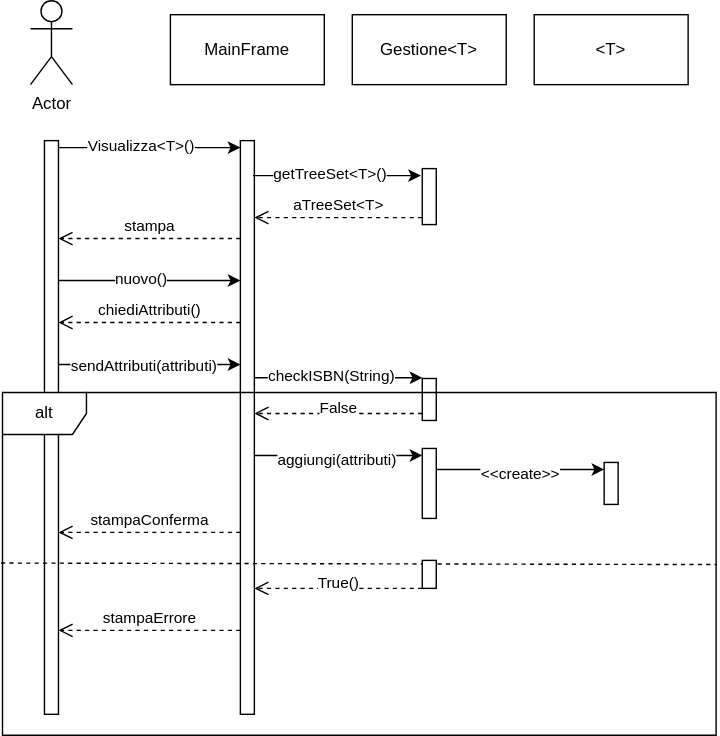
The draw.io diagram Design/SequenceDiagramAggiungiT.svg in doppiaaa/Progetto-Biblioteca-Ingegneria-del-Software, before a commit. Source tidied: cells renumbered, new cells last; positions are measured from the earlier drawing's top-left corner, leaving out a move shared by most shapes. Source of this version:
```xml
<mxGraphModel>
  <root>
    <mxCell id="0" />
    <mxCell id="1" parent="0" />
    <mxCell id="2" value="Actor" style="shape=umlActor;verticalLabelPosition=bottom;verticalAlign=top;html=1;" parent="1" vertex="1">
      <mxGeometry x="21" width="30" height="60" as="geometry" />
    </mxCell>
    <mxCell id="3" style="html=1;points=[[0,0,0,0,5],[0,1,0,0,-5],[1,0,0,0,5],[1,1,0,0,-5]];perimeter=orthogonalPerimeter;outlineConnect=0;targetShapes=umlLifeline;portConstraint=eastwest;newEdgeStyle={&quot;curved&quot;:0,&quot;rounded&quot;:0};" parent="1" vertex="1">
      <mxGeometry x="31" y="100" width="10" height="410" as="geometry" />
    </mxCell>
    <mxCell id="4" value="MainFrame" style="html=1;whiteSpace=wrap;" parent="1" vertex="1">
      <mxGeometry x="121" y="10" width="110" height="50" as="geometry" />
    </mxCell>
    <mxCell id="5" style="html=1;points=[[0,0,0,0,5],[0,1,0,0,-5],[1,0,0,0,5],[1,1,0,0,-5]];perimeter=orthogonalPerimeter;outlineConnect=0;targetShapes=umlLifeline;portConstraint=eastwest;newEdgeStyle={&quot;curved&quot;:0,&quot;rounded&quot;:0};" parent="1" vertex="1">
      <mxGeometry x="171" y="100" width="10" height="410" as="geometry" />
    </mxCell>
    <mxCell id="6" style="endArrow=classic;html=1;rounded=0;exitX=1;exitY=0;exitDx=0;exitDy=5;exitPerimeter=0;entryX=0;entryY=0;entryDx=0;entryDy=5;entryPerimeter=0;" parent="1" edge="1" source="3" target="5">
      <mxGeometry relative="1" as="geometry" />
    </mxCell>
    <mxCell id="7" value="Visualizza&amp;lt;T&amp;gt;()" style="edgeLabel;html=1;align=center;verticalAlign=middle;" parent="6" vertex="1">
      <mxGeometry x="-0.22" y="2" relative="1" as="geometry">
        <mxPoint x="7" as="offset" />
      </mxGeometry>
    </mxCell>
    <mxCell id="8" value="Gestione&amp;lt;T&amp;gt;" style="html=1;whiteSpace=wrap;" parent="1" vertex="1">
      <mxGeometry x="251" y="10" width="110" height="50" as="geometry" />
    </mxCell>
    <mxCell id="9" style="endArrow=classic;html=1;rounded=0;entryX=0;entryY=0;entryDx=0;entryDy=5;entryPerimeter=0;" parent="1" edge="1">
      <mxGeometry relative="1" as="geometry">
        <mxPoint x="180" y="125" as="sourcePoint" />
        <mxPoint x="300" y="125" as="targetPoint" />
      </mxGeometry>
    </mxCell>
    <mxCell id="10" value="getTreeSet&amp;lt;T&amp;gt;()" style="edgeLabel;html=1;align=center;verticalAlign=middle;" parent="9" vertex="1">
      <mxGeometry x="-0.22" y="2" relative="1" as="geometry">
        <mxPoint x="7" as="offset" />
      </mxGeometry>
    </mxCell>
    <mxCell id="11" style="html=1;points=[[0,0,0,0,5],[0,1,0,0,-5],[1,0,0,0,5],[1,1,0,0,-5]];perimeter=orthogonalPerimeter;outlineConnect=0;targetShapes=umlLifeline;portConstraint=eastwest;newEdgeStyle={&quot;curved&quot;:0,&quot;rounded&quot;:0};" parent="1" vertex="1">
      <mxGeometry x="301" y="120" width="10" height="40" as="geometry" />
    </mxCell>
    <mxCell id="12" value="aTreeSet&amp;lt;T&amp;gt;" style="html=1;verticalAlign=bottom;endArrow=open;dashed=1;endSize=8;curved=0;rounded=0;exitX=0;exitY=1;exitDx=0;exitDy=-5;exitPerimeter=0;" parent="1" edge="1" source="11" target="5">
      <mxGeometry relative="1" as="geometry" />
    </mxCell>
    <mxCell id="13" value="stampa" style="html=1;verticalAlign=bottom;endArrow=open;dashed=1;endSize=8;curved=0;rounded=0;" parent="1" edge="1" target="3">
      <mxGeometry relative="1" as="geometry">
        <mxPoint x="171" y="170" as="sourcePoint" />
      </mxGeometry>
    </mxCell>
    <mxCell id="14" style="endArrow=classic;html=1;rounded=0;entryX=0;entryY=0;entryDx=0;entryDy=5;entryPerimeter=0;" parent="1" edge="1" source="3">
      <mxGeometry relative="1" as="geometry">
        <mxPoint x="171" y="200" as="targetPoint" />
      </mxGeometry>
    </mxCell>
    <mxCell id="15" value="nuovo()" style="edgeLabel;html=1;align=center;verticalAlign=middle;" parent="14" vertex="1">
      <mxGeometry x="-0.22" y="2" relative="1" as="geometry">
        <mxPoint x="7" as="offset" />
      </mxGeometry>
    </mxCell>
    <mxCell id="16" style="html=1;points=[[0,0,0,0,5],[0,1,0,0,-5],[1,0,0,0,5],[1,1,0,0,-5]];perimeter=orthogonalPerimeter;outlineConnect=0;targetShapes=umlLifeline;portConstraint=eastwest;newEdgeStyle={&quot;curved&quot;:0,&quot;rounded&quot;:0};" parent="1" vertex="1">
      <mxGeometry x="301" y="320" width="10" height="50" as="geometry" />
    </mxCell>
    <mxCell id="17" value="&amp;lt;T&amp;gt;" style="html=1;whiteSpace=wrap;" parent="1" vertex="1">
      <mxGeometry x="381" y="10" width="110" height="50" as="geometry" />
    </mxCell>
    <mxCell id="18" value="chiediAttributi()" style="html=1;verticalAlign=bottom;endArrow=open;dashed=1;endSize=8;curved=0;rounded=0;" parent="1" edge="1" target="3">
      <mxGeometry relative="1" as="geometry">
        <mxPoint x="171" y="230" as="sourcePoint" />
      </mxGeometry>
    </mxCell>
    <mxCell id="19" style="endArrow=classic;html=1;rounded=0;entryX=0;entryY=0;entryDx=0;entryDy=5;entryPerimeter=0;" parent="1" edge="1" source="3">
      <mxGeometry relative="1" as="geometry">
        <mxPoint x="171" y="260" as="targetPoint" />
      </mxGeometry>
    </mxCell>
    <mxCell id="20" value="sendAttributi(attributi)" style="edgeLabel;html=1;align=center;verticalAlign=middle;" parent="19" vertex="1">
      <mxGeometry x="-0.22" y="2" relative="1" as="geometry">
        <mxPoint x="9" y="2" as="offset" />
      </mxGeometry>
    </mxCell>
    <mxCell id="21" style="endArrow=classic;html=1;rounded=0;entryX=0;entryY=0;entryDx=0;entryDy=5;entryPerimeter=0;" parent="1" edge="1" source="5" target="16">
      <mxGeometry relative="1" as="geometry" />
    </mxCell>
    <mxCell id="22" value="aggiungi(attributi)" style="edgeLabel;html=1;align=center;verticalAlign=middle;" parent="21" vertex="1">
      <mxGeometry x="-0.03" y="-2" relative="1" as="geometry" />
    </mxCell>
    <mxCell id="23" style="html=1;points=[[0,0,0,0,5],[0,1,0,0,-5],[1,0,0,0,5],[1,1,0,0,-5]];perimeter=orthogonalPerimeter;outlineConnect=0;targetShapes=umlLifeline;portConstraint=eastwest;newEdgeStyle={&quot;curved&quot;:0,&quot;rounded&quot;:0};" parent="1" vertex="1">
      <mxGeometry x="431" y="330" width="10" height="30" as="geometry" />
    </mxCell>
    <mxCell id="24" style="endArrow=classic;html=1;rounded=0;entryX=0;entryY=0;entryDx=0;entryDy=5;entryPerimeter=0;" parent="1" edge="1" source="16" target="23">
      <mxGeometry relative="1" as="geometry" />
    </mxCell>
    <mxCell id="25" value="&amp;lt;&amp;lt;create&amp;gt;&amp;gt;" style="edgeLabel;html=1;align=center;verticalAlign=middle;" parent="24" vertex="1">
      <mxGeometry x="-0.02" y="-2" relative="1" as="geometry" />
    </mxCell>
    <mxCell id="26" value="stampaConferma" style="html=1;verticalAlign=bottom;endArrow=open;dashed=1;endSize=8;curved=0;rounded=0;" parent="1" edge="1">
      <mxGeometry relative="1" as="geometry">
        <mxPoint x="171" y="380" as="sourcePoint" />
        <mxPoint x="41" y="380" as="targetPoint" />
      </mxGeometry>
    </mxCell>
    <mxCell id="27" style="endArrow=classic;html=1;rounded=0;entryX=0;entryY=0;entryDx=0;entryDy=5;entryPerimeter=0;" parent="1" edge="1">
      <mxGeometry relative="1" as="geometry">
        <mxPoint x="181" y="269.5" as="sourcePoint" />
        <mxPoint x="301" y="269.5" as="targetPoint" />
      </mxGeometry>
    </mxCell>
    <mxCell id="28" value="checkISBN(String)" style="edgeLabel;html=1;align=center;verticalAlign=middle;" parent="27" vertex="1">
      <mxGeometry x="-0.22" y="2" relative="1" as="geometry">
        <mxPoint x="7" as="offset" />
      </mxGeometry>
    </mxCell>
    <mxCell id="29" style="html=1;points=[[0,0,0,0,5],[0,1,0,0,-5],[1,0,0,0,5],[1,1,0,0,-5]];perimeter=orthogonalPerimeter;outlineConnect=0;targetShapes=umlLifeline;portConstraint=eastwest;newEdgeStyle={&quot;curved&quot;:0,&quot;rounded&quot;:0};" parent="1" vertex="1">
      <mxGeometry x="301" y="270" width="10" height="30" as="geometry" />
    </mxCell>
    <mxCell id="30" value="alt" style="shape=umlFrame;whiteSpace=wrap;html=1;" parent="1" vertex="1">
      <mxGeometry x="1" y="280" width="510" height="245" as="geometry" />
    </mxCell>
    <mxCell id="31" value="False" style="html=1;verticalAlign=bottom;endArrow=open;dashed=1;endSize=8;curved=0;rounded=0;exitX=0;exitY=1;exitDx=0;exitDy=-5;exitPerimeter=0;" parent="1" edge="1" source="29" target="5">
      <mxGeometry y="5" relative="1" as="geometry" />
    </mxCell>
    <mxCell id="32" style="endArrow=none;dashed=1;html=1;rounded=0;entryX=1.001;entryY=0.502;entryDx=0;entryDy=0;entryPerimeter=0;exitX=-0.002;exitY=0.624;exitDx=0;exitDy=0;exitPerimeter=0;" parent="1" edge="1" target="30">
      <mxGeometry relative="1" as="geometry">
        <mxPoint x="-0.1" y="401.9" as="sourcePoint" />
      </mxGeometry>
    </mxCell>
    <mxCell id="33" style="html=1;perimeter=orthogonalPerimeter;targetShapes=umlLifeline;newEdgeStyle={&quot;curved&quot;:0,&quot;rounded&quot;:0};" parent="1" vertex="1">
      <mxGeometry x="301" y="400" width="10" height="20" as="geometry" />
    </mxCell>
    <mxCell id="34" value="True()" style="html=1;verticalAlign=bottom;endArrow=open;dashed=1;endSize=8;curved=0;rounded=0;exitX=0;exitY=1;exitDx=0;exitDy=-5;exitPerimeter=0;" parent="1" edge="1">
      <mxGeometry y="5" relative="1" as="geometry">
        <mxPoint x="301" y="420" as="sourcePoint" />
        <mxPoint x="181" y="420" as="targetPoint" />
      </mxGeometry>
    </mxCell>
    <mxCell id="35" value="stampaErrore" style="html=1;verticalAlign=bottom;endArrow=open;dashed=1;endSize=8;curved=0;rounded=0;" parent="1" edge="1">
      <mxGeometry relative="1" as="geometry">
        <mxPoint x="171" y="450" as="sourcePoint" />
        <mxPoint x="41" y="450" as="targetPoint" />
      </mxGeometry>
    </mxCell>
  </root>
</mxGraphModel>
```
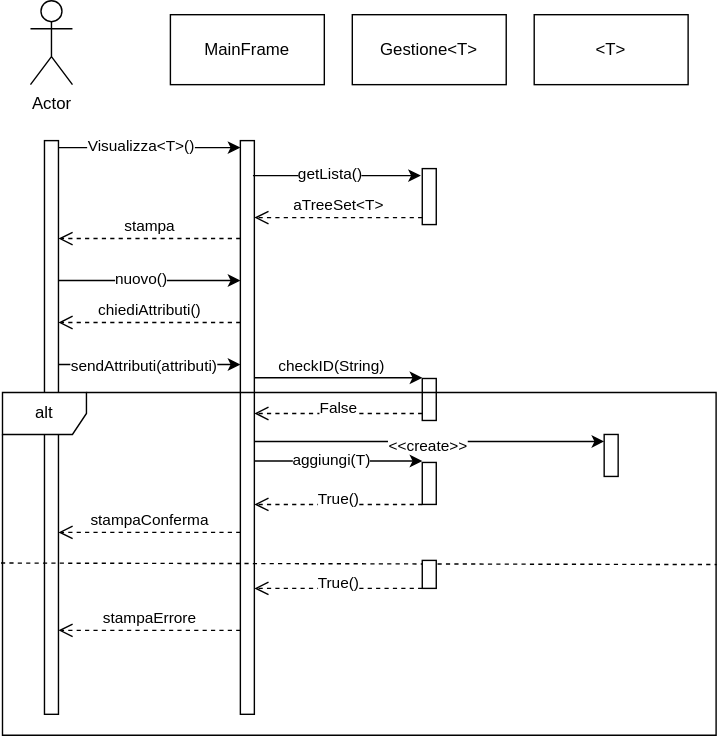
After the commit.

Change to the diagram source:
```diff
@@ -31,7 +31,7 @@
         <mxPoint x="300" y="125" as="targetPoint" />
       </mxGeometry>
     </mxCell>
-    <mxCell id="10" value="getTreeSet&amp;lt;T&amp;gt;()" style="edgeLabel;html=1;align=center;verticalAlign=middle;" parent="9" vertex="1">
+    <mxCell id="10" value="getLista()" style="edgeLabel;html=1;align=center;verticalAlign=middle;" parent="9" vertex="1">
       <mxGeometry x="-0.22" y="2" relative="1" as="geometry">
         <mxPoint x="7" as="offset" />
       </mxGeometry>
@@ -57,9 +57,6 @@
         <mxPoint x="7" as="offset" />
       </mxGeometry>
     </mxCell>
-    <mxCell id="16" style="html=1;points=[[0,0,0,0,5],[0,1,0,0,-5],[1,0,0,0,5],[1,1,0,0,-5]];perimeter=orthogonalPerimeter;outlineConnect=0;targetShapes=umlLifeline;portConstraint=eastwest;newEdgeStyle={&quot;curved&quot;:0,&quot;rounded&quot;:0};" parent="1" vertex="1">
-      <mxGeometry x="301" y="320" width="10" height="50" as="geometry" />
-    </mxCell>
     <mxCell id="17" value="&amp;lt;T&amp;gt;" style="html=1;whiteSpace=wrap;" parent="1" vertex="1">
       <mxGeometry x="381" y="10" width="110" height="50" as="geometry" />
     </mxCell>
@@ -78,16 +75,10 @@
         <mxPoint x="9" y="2" as="offset" />
       </mxGeometry>
     </mxCell>
-    <mxCell id="21" style="endArrow=classic;html=1;rounded=0;entryX=0;entryY=0;entryDx=0;entryDy=5;entryPerimeter=0;" parent="1" edge="1" source="5" target="16">
-      <mxGeometry relative="1" as="geometry" />
-    </mxCell>
-    <mxCell id="22" value="aggiungi(attributi)" style="edgeLabel;html=1;align=center;verticalAlign=middle;" parent="21" vertex="1">
-      <mxGeometry x="-0.03" y="-2" relative="1" as="geometry" />
-    </mxCell>
     <mxCell id="23" style="html=1;points=[[0,0,0,0,5],[0,1,0,0,-5],[1,0,0,0,5],[1,1,0,0,-5]];perimeter=orthogonalPerimeter;outlineConnect=0;targetShapes=umlLifeline;portConstraint=eastwest;newEdgeStyle={&quot;curved&quot;:0,&quot;rounded&quot;:0};" parent="1" vertex="1">
-      <mxGeometry x="431" y="330" width="10" height="30" as="geometry" />
+      <mxGeometry x="431" y="310" width="10" height="30" as="geometry" />
     </mxCell>
-    <mxCell id="24" style="endArrow=classic;html=1;rounded=0;entryX=0;entryY=0;entryDx=0;entryDy=5;entryPerimeter=0;" parent="1" edge="1" source="16" target="23">
+    <mxCell id="24" style="endArrow=classic;html=1;rounded=0;entryX=0;entryY=0;entryDx=0;entryDy=5;entryPerimeter=0;" parent="1" edge="1" source="5" target="23">
       <mxGeometry relative="1" as="geometry" />
     </mxCell>
     <mxCell id="25" value="&amp;lt;&amp;lt;create&amp;gt;&amp;gt;" style="edgeLabel;html=1;align=center;verticalAlign=middle;" parent="24" vertex="1">
@@ -105,9 +96,9 @@
         <mxPoint x="301" y="269.5" as="targetPoint" />
       </mxGeometry>
     </mxCell>
-    <mxCell id="28" value="checkISBN(String)" style="edgeLabel;html=1;align=center;verticalAlign=middle;" parent="27" vertex="1">
+    <mxCell id="28" value="checkID(String)" style="edgeLabel;html=1;align=center;verticalAlign=middle;" parent="27" vertex="1">
       <mxGeometry x="-0.22" y="2" relative="1" as="geometry">
-        <mxPoint x="7" as="offset" />
+        <mxPoint x="7" y="-7" as="offset" />
       </mxGeometry>
     </mxCell>
     <mxCell id="29" style="html=1;points=[[0,0,0,0,5],[0,1,0,0,-5],[1,0,0,0,5],[1,1,0,0,-5]];perimeter=orthogonalPerimeter;outlineConnect=0;targetShapes=umlLifeline;portConstraint=eastwest;newEdgeStyle={&quot;curved&quot;:0,&quot;rounded&quot;:0};" parent="1" vertex="1">
@@ -139,5 +130,25 @@
         <mxPoint x="41" y="450" as="targetPoint" />
       </mxGeometry>
     </mxCell>
+    <mxCell id="36" style="html=1;perimeter=orthogonalPerimeter;targetShapes=umlLifeline;newEdgeStyle={&quot;curved&quot;:0,&quot;rounded&quot;:0};" parent="1" vertex="1">
+      <mxGeometry x="301" y="330" width="10" height="30" as="geometry" />
+    </mxCell>
+    <mxCell id="37" style="endArrow=classic;html=1;rounded=0;entryX=0;entryY=0;entryDx=0;entryDy=5;entryPerimeter=0;" parent="1" edge="1">
+      <mxGeometry relative="1" as="geometry">
+        <mxPoint x="181" y="329" as="sourcePoint" />
+        <mxPoint x="301" y="329" as="targetPoint" />
+      </mxGeometry>
+    </mxCell>
+    <mxCell id="38" value="aggiungi(T)" style="edgeLabel;html=1;align=center;verticalAlign=middle;" parent="37" vertex="1">
+      <mxGeometry x="-0.22" y="2" relative="1" as="geometry">
+        <mxPoint x="7" as="offset" />
+      </mxGeometry>
+    </mxCell>
+    <mxCell id="39" value="True()" style="html=1;verticalAlign=bottom;endArrow=open;dashed=1;endSize=8;curved=0;rounded=0;exitX=0;exitY=1;exitDx=0;exitDy=-5;exitPerimeter=0;" parent="1" edge="1">
+      <mxGeometry y="5" relative="1" as="geometry">
+        <mxPoint x="301" y="360" as="sourcePoint" />
+        <mxPoint x="181" y="360" as="targetPoint" />
+      </mxGeometry>
+    </mxCell>
   </root>
 </mxGraphModel>
```
